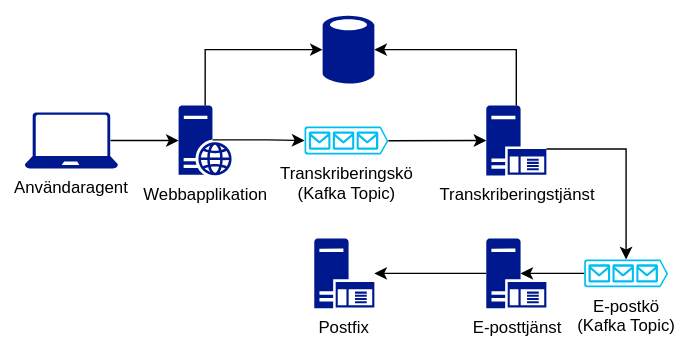
Above: docs/images/system-nodes.svg in seffradev/youtube-transcription-service (draw.io), before the change. Source tidied: cells renumbered, new cells last; positions are measured from the earlier drawing's top-left corner, leaving out a move shared by most shapes.
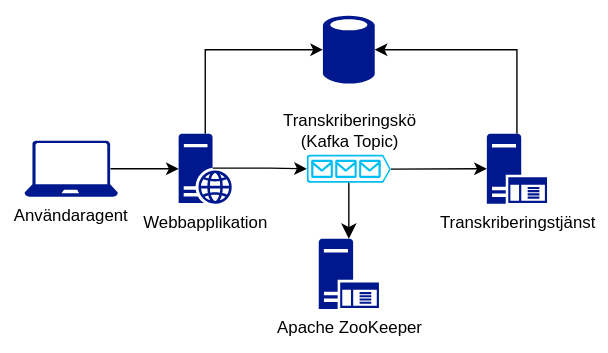
Above is the later version.

The edit, as a diff of the source:
```diff
@@ -2,28 +2,16 @@
   <root>
     <mxCell id="0" />
     <mxCell id="1" parent="0" />
-    <mxCell id="2" style="edgeStyle=orthogonalEdgeStyle;rounded=0;jettySize=auto;html=1;" parent="1" edge="1" source="3" target="17">
-      <mxGeometry relative="1" as="geometry" />
-    </mxCell>
-    <mxCell id="3" value="&lt;div&gt;E-posttjänst&lt;/div&gt;" style="sketch=0;shadow=0;dashed=0;html=1;strokeColor=none;labelPosition=center;verticalLabelPosition=bottom;verticalAlign=top;align=center;fillColor=#00188D;shape=mxgraph.mscae.enterprise.application_server;" parent="1" vertex="1">
-      <mxGeometry x="330" y="160" width="43" height="50" as="geometry" />
-    </mxCell>
-    <mxCell id="4" style="sketch=0;shadow=0;dashed=0;html=1;strokeColor=none;labelPosition=center;verticalLabelPosition=bottom;verticalAlign=top;align=center;fillColor=#00188D;shape=mxgraph.mscae.enterprise.database_generic;" parent="1" vertex="1">
-      <mxGeometry x="213" width="37" height="50" as="geometry" />
+    <mxCell id="4" style="shadow=0;dashed=0;html=1;strokeColor=none;labelPosition=center;verticalLabelPosition=bottom;verticalAlign=top;align=center;fillColor=#00188D;shape=mxgraph.mscae.enterprise.database_generic;" parent="1" vertex="1">
+      <mxGeometry x="213" y="-20" width="37" height="50" as="geometry" />
     </mxCell>
-    <mxCell id="5" value="Webbapplikation" style="sketch=0;shadow=0;dashed=0;html=1;strokeColor=none;labelPosition=center;verticalLabelPosition=bottom;verticalAlign=top;align=center;fillColor=#00188D;shape=mxgraph.mscae.enterprise.web_server;" parent="1" vertex="1">
+    <mxCell id="5" value="Webbapplikation" style="shadow=0;dashed=0;html=1;strokeColor=none;labelPosition=center;verticalLabelPosition=bottom;verticalAlign=top;align=center;fillColor=#00188D;shape=mxgraph.mscae.enterprise.web_server;" parent="1" vertex="1">
       <mxGeometry x="110" y="65" width="38" height="50" as="geometry" />
     </mxCell>
-    <mxCell id="6" value="Användaragent" style="sketch=0;shadow=0;dashed=0;html=1;strokeColor=none;labelPosition=center;verticalLabelPosition=bottom;verticalAlign=top;align=center;fillColor=#00188D;shape=mxgraph.azure.laptop;" parent="1" vertex="1">
+    <mxCell id="6" value="Användaragent" style="shadow=0;dashed=0;html=1;strokeColor=none;labelPosition=center;verticalLabelPosition=bottom;verticalAlign=top;align=center;fillColor=#00188D;shape=mxgraph.azure.laptop;" parent="1" vertex="1">
       <mxGeometry y="70" width="66.7" height="40" as="geometry" />
     </mxCell>
-    <mxCell id="7" value="&lt;div&gt;Transkriberingskö&lt;/div&gt;&lt;div&gt;(Kafka Topic)&lt;br&gt;&lt;/div&gt;" style="verticalLabelPosition=bottom;html=1;verticalAlign=top;align=center;strokeColor=none;fillColor=#00BEF2;shape=mxgraph.azure.queue_generic;" parent="1" vertex="1">
-      <mxGeometry x="200" y="80" width="60" height="20" as="geometry" />
-    </mxCell>
-    <mxCell id="8" value="&lt;div&gt;E-postkö&lt;/div&gt;&lt;div&gt;(Kafka Topic)&lt;br&gt;&lt;/div&gt;" style="verticalLabelPosition=bottom;html=1;verticalAlign=top;align=center;strokeColor=none;fillColor=#00BEF2;shape=mxgraph.azure.queue_generic;" parent="1" vertex="1">
-      <mxGeometry x="400" y="175" width="60" height="20" as="geometry" />
-    </mxCell>
-    <mxCell id="9" value="Transkriberingstjänst" style="sketch=0;shadow=0;dashed=0;html=1;strokeColor=none;labelPosition=center;verticalLabelPosition=bottom;verticalAlign=top;align=center;fillColor=#00188D;shape=mxgraph.mscae.enterprise.application_server;" parent="1" vertex="1">
+    <mxCell id="9" value="Transkriberingstjänst" style="shadow=0;dashed=0;html=1;strokeColor=none;labelPosition=center;verticalLabelPosition=bottom;verticalAlign=top;align=center;fillColor=#00188D;shape=mxgraph.mscae.enterprise.application_server;" parent="1" vertex="1">
       <mxGeometry x="330" y="65" width="43" height="50" as="geometry" />
     </mxCell>
     <mxCell id="10" style="edgeStyle=orthogonalEdgeStyle;rounded=0;jettySize=auto;html=1;exitX=0.5;exitY=0;exitDx=0;exitDy=0;exitPerimeter=0;entryX=0;entryY=0.5;entryDx=0;entryDy=0;entryPerimeter=0;" parent="1" edge="1" source="5" target="4">
@@ -45,14 +33,14 @@
     <mxCell id="14" style="edgeStyle=orthogonalEdgeStyle;rounded=0;jettySize=auto;html=1;exitX=0.92;exitY=0.5;exitDx=0;exitDy=0;exitPerimeter=0;entryX=0;entryY=0.5;entryDx=0;entryDy=0;entryPerimeter=0;" parent="1" edge="1" source="6" target="5">
       <mxGeometry relative="1" as="geometry" />
     </mxCell>
-    <mxCell id="15" style="edgeStyle=orthogonalEdgeStyle;rounded=0;jettySize=auto;html=1;exitX=1;exitY=0.62;exitDx=0;exitDy=0;exitPerimeter=0;entryX=0.5;entryY=0;entryDx=0;entryDy=0;entryPerimeter=0;" parent="1" edge="1" source="9" target="8">
-      <mxGeometry relative="1" as="geometry" />
-    </mxCell>
-    <mxCell id="16" style="edgeStyle=orthogonalEdgeStyle;rounded=0;jettySize=auto;html=1;exitX=0;exitY=0.5;exitDx=0;exitDy=0;exitPerimeter=0;entryX=0.57;entryY=0.5;entryDx=0;entryDy=0;entryPerimeter=0;" parent="1" edge="1" source="8" target="3">
-      <mxGeometry relative="1" as="geometry" />
-    </mxCell>
-    <mxCell id="17" value="Postfix" style="sketch=0;shadow=0;dashed=0;html=1;strokeColor=none;labelPosition=center;verticalLabelPosition=bottom;verticalAlign=top;align=center;fillColor=#00188D;shape=mxgraph.mscae.enterprise.application_server;" parent="1" vertex="1">
-      <mxGeometry x="207" y="160" width="43" height="50" as="geometry" />
-    </mxCell>
+    <mxCell id="7" value="&lt;div&gt;Transkriberingskö&lt;/div&gt;&lt;div&gt;(Kafka Topic)&lt;br&gt;&lt;/div&gt;" style="verticalLabelPosition=top;html=1;verticalAlign=bottom;align=center;strokeColor=none;fillColor=#00BEF2;shape=mxgraph.azure.queue_generic;labelPosition=center;" parent="1" vertex="1">
+      <mxGeometry x="201.5" y="80" width="60" height="20" as="geometry" />
+    </mxCell>
+    <mxCell id="18" value="Apache ZooKeeper" style="shadow=0;dashed=0;html=1;strokeColor=none;labelPosition=center;verticalLabelPosition=bottom;verticalAlign=top;align=center;fillColor=#00188D;shape=mxgraph.mscae.enterprise.application_server;" parent="1" vertex="1">
+      <mxGeometry x="210" y="140" width="43" height="50" as="geometry" />
+    </mxCell>
+    <mxCell id="19" style="edgeStyle=none;curved=1;rounded=0;jettySize=auto;html=1;exitX=0.5;exitY=1;exitDx=0;exitDy=0;exitPerimeter=0;entryX=0.5;entryY=0;entryDx=0;entryDy=0;entryPerimeter=0;fontSize=12;startSize=8;endSize=8;" parent="1" edge="1" source="7" target="18">
+      <mxGeometry relative="1" as="geometry" />
+    </mxCell>
   </root>
 </mxGraphModel>
```
